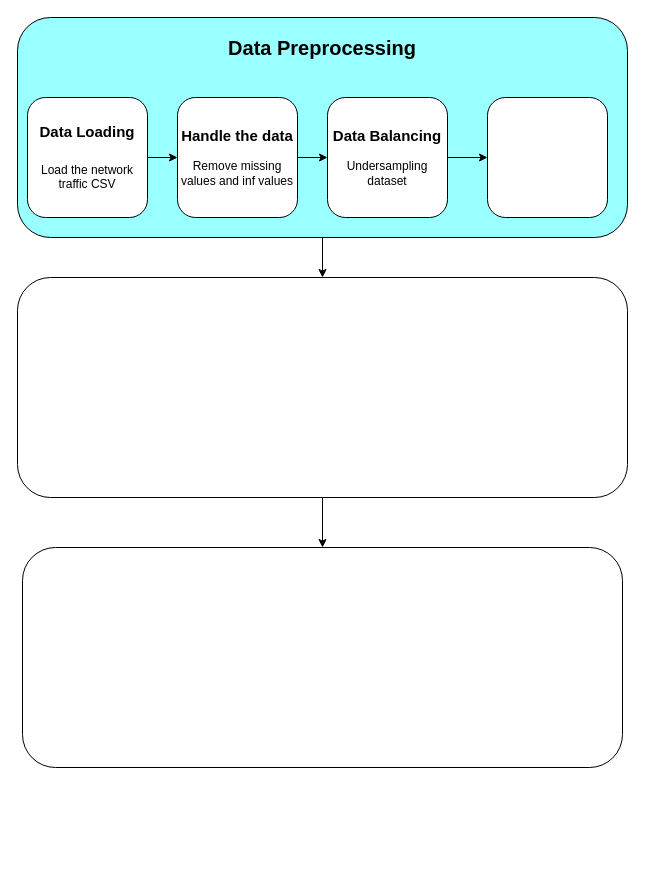
The draw.io diagram Untitled Diagram.drawio in AkshayMMurthy/abc, before the edit. Source tidied: cells renumbered, new cells numbered last; positions are measured from the earlier drawing's top-left corner, leaving out a move shared by most shapes. Both pictures are drawn from the tidied source at 100%, with x=0, y=0 at pixel (17, 17).
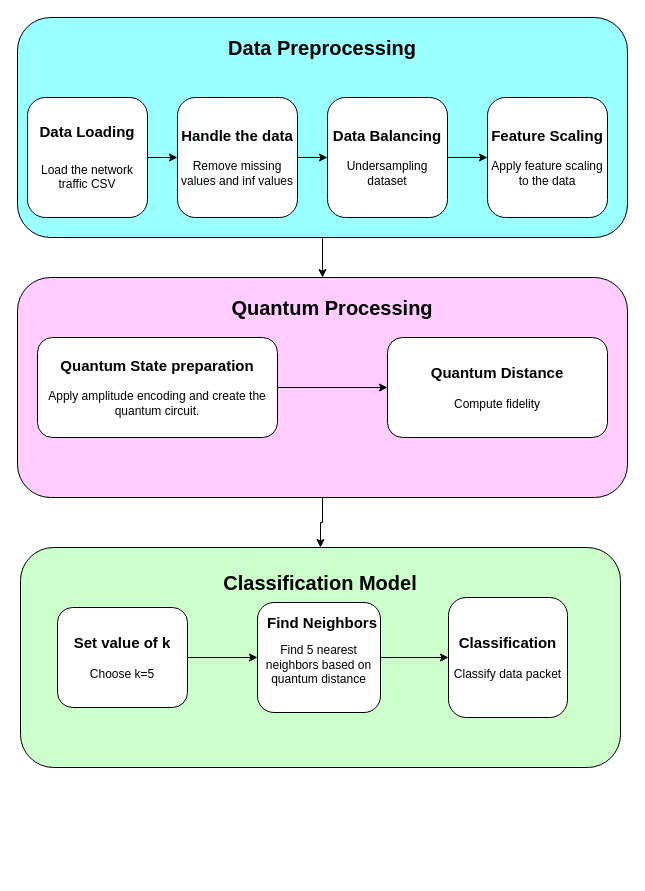
The same page after the edit.

Change to the diagram source:
```diff
@@
-    <mxCell id="5" style="rounded=1;whiteSpace=wrap;html=1;" parent="1" vertex="1">
+    <mxCell id="5" style="rounded=1;whiteSpace=wrap;html=1;fillColor=light-dark(#FFCCFF,#FFCCFF);" parent="1" vertex="1">
       <mxGeometry y="260" width="610" height="220" as="geometry" />
     </mxCell>
-    <mxCell id="6" style="rounded=1;whiteSpace=wrap;html=1;" parent="1" vertex="1">
-      <mxGeometry x="5" y="530" width="600" height="220" as="geometry" />
+    <mxCell id="6" value="&lt;div&gt;&lt;br&gt;&lt;/div&gt;&lt;div&gt;&lt;br&gt;&lt;/div&gt;&lt;div&gt;&lt;br&gt;&lt;/div&gt;&lt;div&gt;&lt;br&gt;&lt;/div&gt;&lt;div&gt;&lt;br&gt;&lt;/div&gt;&lt;div&gt;&lt;br&gt;&lt;/div&gt;&lt;div&gt;&lt;br&gt;&lt;/div&gt;&lt;div&gt;&lt;br&gt;&lt;/div&gt;&lt;div&gt;&lt;br&gt;&lt;/div&gt;&lt;div&gt;&lt;font style=&quot;font-size: 20px;&quot;&gt;&lt;b&gt;Classification Model&lt;/b&gt;&lt;/font&gt;&lt;div&gt;&lt;font style=&quot;font-size: 20px;&quot;&gt;&lt;b&gt;&lt;br&gt;&lt;/b&gt;&lt;/font&gt;&lt;/div&gt;&lt;div&gt;&lt;font style=&quot;font-size: 20px;&quot;&gt;&lt;b&gt;&lt;br&gt;&lt;/b&gt;&lt;/font&gt;&lt;/div&gt;&lt;div&gt;&lt;font style=&quot;font-size: 20px;&quot;&gt;&lt;b&gt;&lt;br&gt;&lt;/b&gt;&lt;/font&gt;&lt;/div&gt;&lt;div&gt;&lt;font style=&quot;font-size: 20px;&quot;&gt;&lt;b&gt;&lt;br&gt;&lt;/b&gt;&lt;/font&gt;&lt;/div&gt;&lt;div&gt;&lt;font style=&quot;font-size: 20px;&quot;&gt;&lt;b&gt;&lt;br&gt;&lt;/b&gt;&lt;/font&gt;&lt;/div&gt;&lt;div&gt;&lt;font style=&quot;font-size: 20px;&quot;&gt;&lt;b&gt;&lt;br&gt;&lt;/b&gt;&lt;/font&gt;&lt;/div&gt;&lt;div&gt;&lt;font style=&quot;font-size: 20px;&quot;&gt;&lt;b&gt;&lt;br&gt;&lt;/b&gt;&lt;/font&gt;&lt;/div&gt;&lt;div&gt;&lt;font style=&quot;font-size: 20px;&quot;&gt;&lt;b&gt;&lt;br&gt;&lt;/b&gt;&lt;/font&gt;&lt;/div&gt;&lt;div&gt;&lt;font style=&quot;font-size: 20px;&quot;&gt;&lt;b&gt;&lt;br&gt;&lt;/b&gt;&lt;/font&gt;&lt;/div&gt;&lt;div&gt;&lt;font style=&quot;font-size: 20px;&quot;&gt;&lt;b&gt;&lt;br&gt;&lt;/b&gt;&lt;/font&gt;&lt;/div&gt;&lt;div&gt;&lt;font style=&quot;font-size: 20px;&quot;&gt;&lt;b&gt;&lt;br&gt;&lt;/b&gt;&lt;/font&gt;&lt;/div&gt;&lt;div&gt;&lt;br&gt;&lt;/div&gt;&lt;/div&gt;" style="rounded=1;whiteSpace=wrap;html=1;fillColor=light-dark(#CCFFCC,#CCFFCC);" parent="1" vertex="1">
+      <mxGeometry x="3" y="530" width="600" height="220" as="geometry" />
     </mxCell>
@@
-    <mxCell id="14" style="rounded=1;whiteSpace=wrap;html=1;" parent="1" vertex="1">
+    <mxCell id="14" value="&lt;font style=&quot;font-size: 15px;&quot;&gt;&lt;b&gt;Feature Scaling&lt;/b&gt;&lt;/font&gt;&lt;div&gt;&lt;br&gt;&lt;/div&gt;&lt;div&gt;Apply feature scaling to the data&lt;/div&gt;" style="rounded=1;whiteSpace=wrap;html=1;" parent="1" vertex="1">
       <mxGeometry x="470" y="80" width="120" height="120" as="geometry" />
     </mxCell>
+    <mxCell id="15" value="&lt;span style=&quot;font-size: 20px;&quot;&gt;&lt;b&gt;Quantum Processing&lt;/b&gt;&lt;/span&gt;" style="text;html=1;align=center;verticalAlign=middle;whiteSpace=wrap;rounded=0;" parent="1" vertex="1">
+      <mxGeometry x="20" y="270" width="590" height="40" as="geometry" />
+    </mxCell>
+    <mxCell id="16" style="edgeStyle=orthogonalEdgeStyle;rounded=0;jettySize=auto;html=1;exitX=1;exitY=0.5;exitDx=0;exitDy=0;" parent="1" edge="1" source="17" target="18">
+      <mxGeometry relative="1" as="geometry" />
+    </mxCell>
+    <mxCell id="17" value="&lt;div&gt;&lt;font style=&quot;font-size: 15px;&quot;&gt;&lt;b style=&quot;&quot;&gt;Quantum State preparation&lt;/b&gt;&lt;/font&gt;&lt;/div&gt;&lt;div&gt;&lt;br&gt;&lt;/div&gt;Apply amplitude encoding and create the quantum circuit." style="rounded=1;whiteSpace=wrap;html=1;" parent="1" vertex="1">
+      <mxGeometry x="20" y="320" width="240" height="100" as="geometry" />
+    </mxCell>
+    <mxCell id="18" value="&lt;font style=&quot;font-size: 15px;&quot;&gt;&lt;b&gt;Quantum Distance&lt;/b&gt;&lt;/font&gt;&lt;div&gt;&lt;br&gt;&lt;/div&gt;&lt;div&gt;Compute fidelity&lt;/div&gt;" style="rounded=1;whiteSpace=wrap;html=1;" parent="1" vertex="1">
+      <mxGeometry x="370" y="320" width="220" height="100" as="geometry" />
+    </mxCell>
+    <mxCell id="19" style="edgeStyle=orthogonalEdgeStyle;rounded=0;jettySize=auto;html=1;exitX=1;exitY=0.5;exitDx=0;exitDy=0;entryX=0;entryY=0.5;entryDx=0;entryDy=0;" parent="1" edge="1" source="20" target="23">
+      <mxGeometry relative="1" as="geometry" />
+    </mxCell>
+    <mxCell id="20" value="&lt;div&gt;&lt;br&gt;&lt;/div&gt;Find 5 nearest neighbors based on quantum distance" style="rounded=1;whiteSpace=wrap;html=1;" parent="1" vertex="1">
+      <mxGeometry x="240" y="585" width="123" height="110" as="geometry" />
+    </mxCell>
+    <mxCell id="21" style="edgeStyle=orthogonalEdgeStyle;rounded=0;jettySize=auto;html=1;exitX=1;exitY=0.5;exitDx=0;exitDy=0;" parent="1" edge="1" source="22" target="20">
+      <mxGeometry relative="1" as="geometry" />
+    </mxCell>
+    <mxCell id="22" value="&lt;b&gt;&lt;font style=&quot;font-size: 15px;&quot;&gt;Set value of k&lt;/font&gt;&lt;/b&gt;&lt;div&gt;&lt;br&gt;&lt;/div&gt;&lt;div&gt;Choose k=5&lt;/div&gt;" style="rounded=1;whiteSpace=wrap;html=1;" parent="1" vertex="1">
+      <mxGeometry x="40" y="590" width="130" height="100" as="geometry" />
+    </mxCell>
+    <mxCell id="23" value="&lt;b&gt;&lt;font style=&quot;font-size: 15px;&quot;&gt;Classification&lt;/font&gt;&lt;/b&gt;&lt;div&gt;&lt;br&gt;&lt;/div&gt;&lt;div&gt;Classify data packet&lt;/div&gt;" style="rounded=1;whiteSpace=wrap;html=1;" parent="1" vertex="1">
+      <mxGeometry x="431" y="580" width="119" height="120" as="geometry" />
+    </mxCell>
+    <mxCell id="24" value="Find Neighbors" style="text;html=1;align=center;verticalAlign=middle;whiteSpace=wrap;rounded=0;fontSize=15;fontStyle=1;" parent="1" vertex="1">
+      <mxGeometry x="240" y="590" width="130" height="30" as="geometry" />
+    </mxCell>
```
